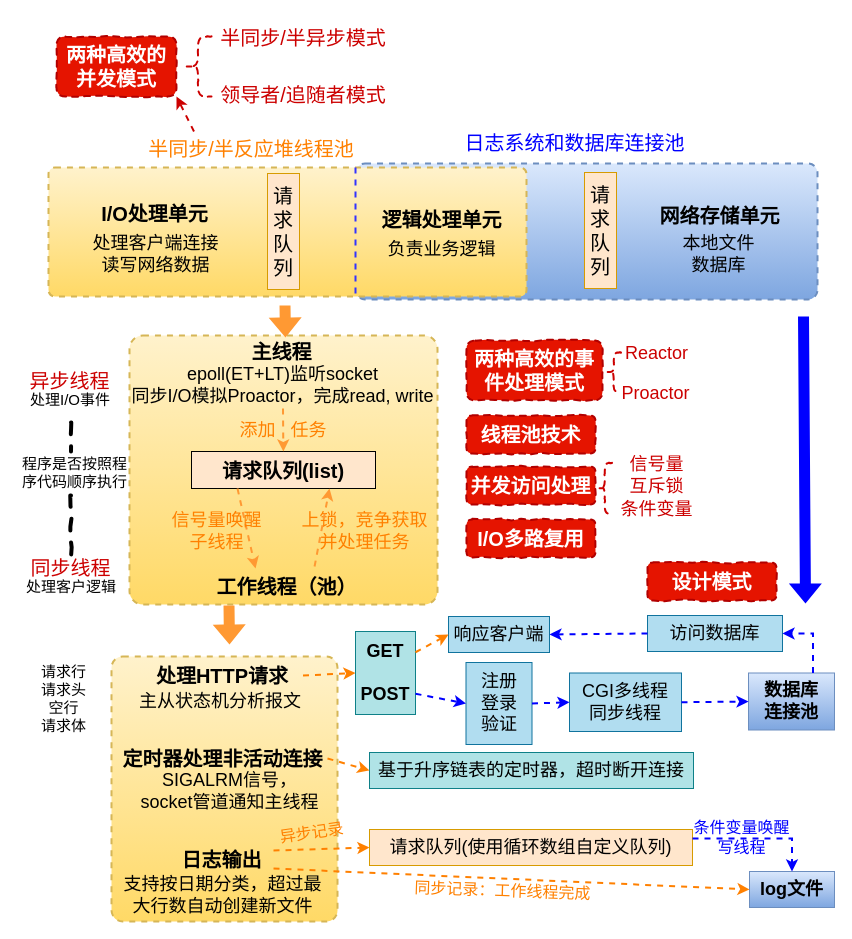
The draw.io diagram Untitled Diagram.drawio in bling-star-hub/MyDiagram, before the edit. Source tidied: cells renumbered, new cells numbered last; positions are measured from the earlier drawing's top-left corner, leaving out a move shared by most shapes. Both pictures are drawn from the tidied source at 100%, with x=0, y=0 at pixel (17, 17).
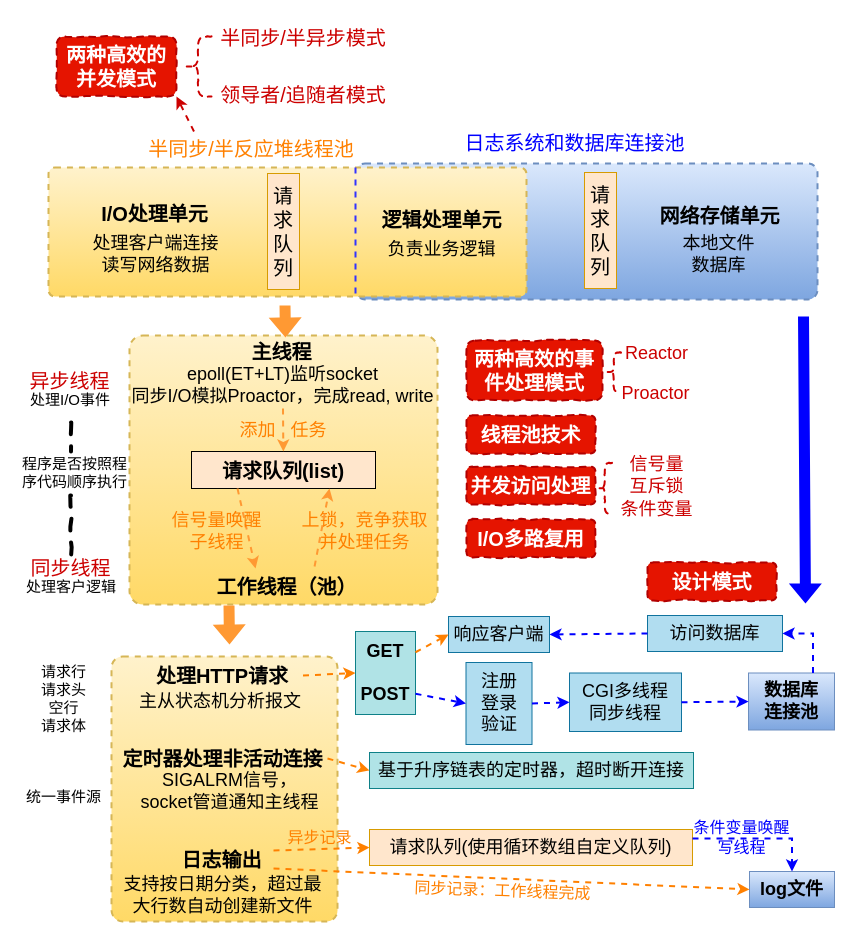
Above is the later version.

The edit, as a diff of the source:
```diff
@@
-    <mxCell id="53" value="&lt;span style=&quot;font-size: 16px;&quot;&gt;异步记录&lt;/span&gt;" style="rounded=0;whiteSpace=wrap;html=1;fontSize=16;fillColor=none;strokeColor=none;fontColor=#FF8000;rotation=352;" parent="1" vertex="1">
-      <mxGeometry x="248" y="798" width="93" height="34" as="geometry" />
+    <mxCell id="53" value="&lt;span style=&quot;font-size: 16px;&quot;&gt;异步记录&lt;/span&gt;" style="rounded=0;whiteSpace=wrap;html=1;fontSize=16;fillColor=none;strokeColor=none;fontColor=#FF8000;rotation=0;" parent="1" vertex="1">
+      <mxGeometry x="256" y="803" width="93" height="34" as="geometry" />
     </mxCell>
@@
+    <mxCell id="84" value="&lt;span style=&quot;font-size: 15px;&quot;&gt;统一事件源&lt;br&gt;&lt;/span&gt;" style="rounded=0;whiteSpace=wrap;html=1;fontSize=15;fillColor=none;strokeColor=none;" parent="1" vertex="1">
+      <mxGeometry x="3.2" y="737" width="87" height="83" as="geometry" />
+    </mxCell>
```
